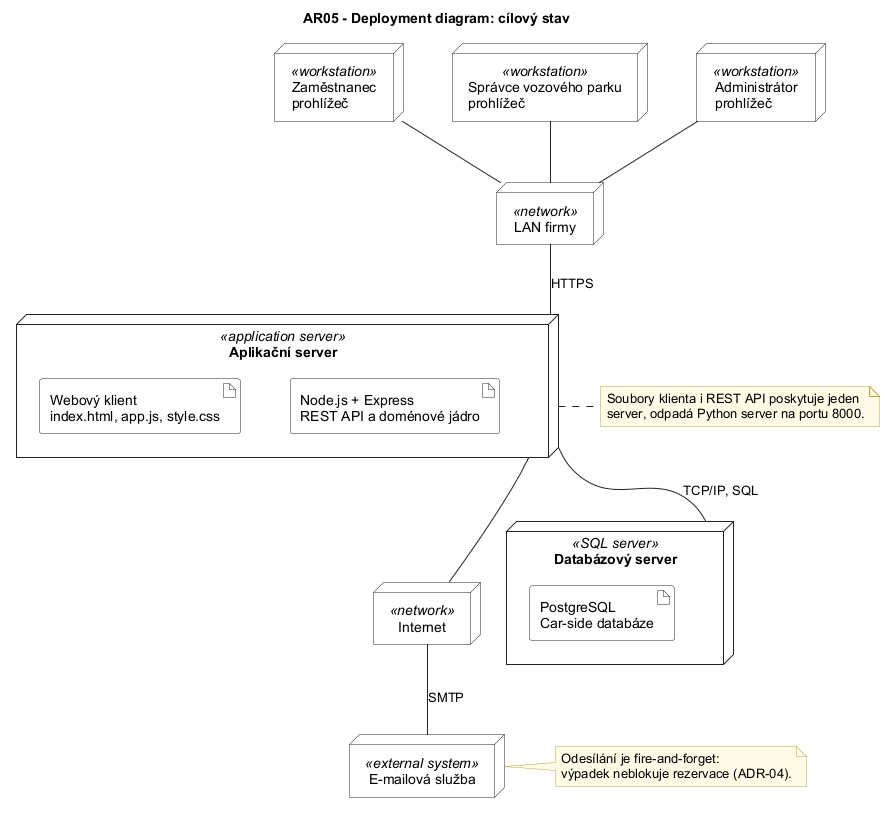
The PlantUML diagram diagrams/architektura/png/AR05_Nasazeni_Cilove.png in Sosto1/Car-side, before a commit.
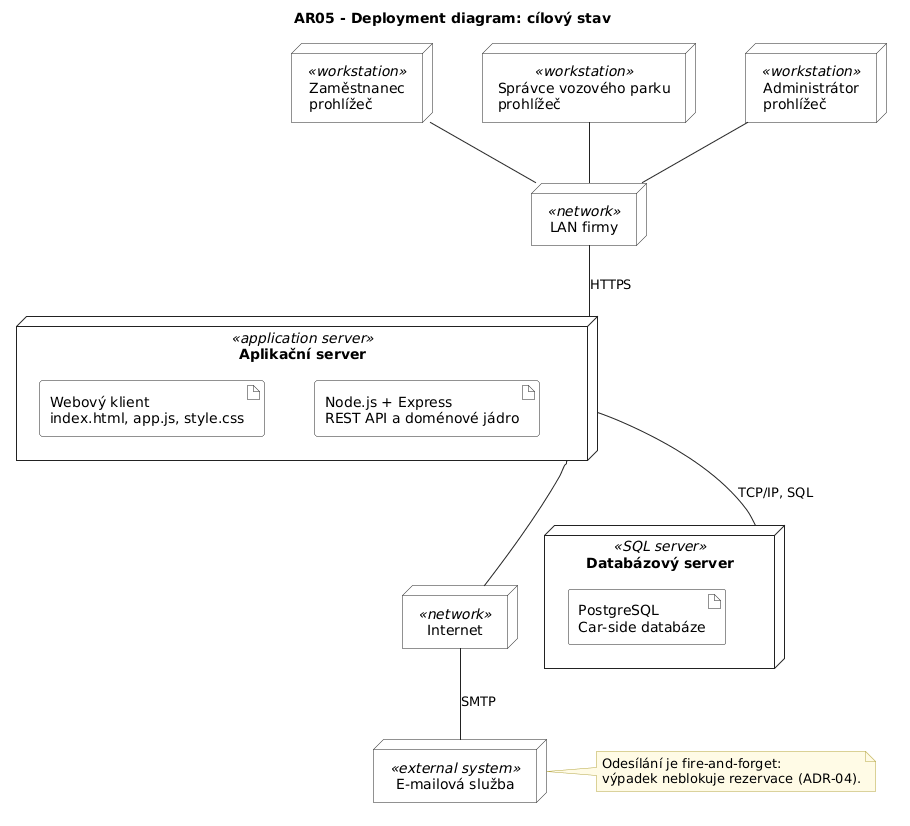
After the change.

Commit message:
upraven diagram AR05_Nasazeni_Cilove

What changed in the source:
```diff
@@ -1,4 +1,4 @@
-@startuml AR05_Nasazeni_Cilove
+@startuml
 skinparam defaultFontName Arial
 skinparam shadowing false
 skinparam ArrowColor #222222
@@ -41,14 +41,9 @@
 APP -- NET
 NET -- MAIL : SMTP
 
-note right of APP
-  Soubory klienta i REST API poskytuje jeden
-  server, odpadá Python server na portu 8000.
-end note
 
 note right of MAIL
   Odesílání je fire-and-forget:
   výpadek neblokuje rezervace (ADR-04).
 end note
-
 @enduml
```
